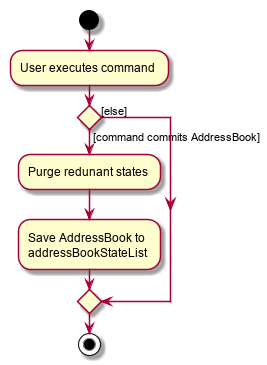
Earlier version of the PlantUML export docs/images/CommitActivityDiagram.png (nus-cs2103-AY1920S1/addressbook-level3).
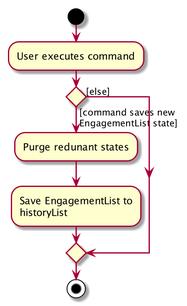
After the change.

Commit message:
Update redostate5 and activity diagram

What changed in the source:
```diff
@@ -3,10 +3,11 @@
 :User executes command;
 
 
-if () then ([command commits AddressBook])
+if () then ([command saves new
+EngagementList state])
     :Purge redunant states;
-    :Save AddressBook to
-    addressBookStateList;
+    :Save EngagementList to
+    historyList;
 else ([else])
 endif
 stop
```
